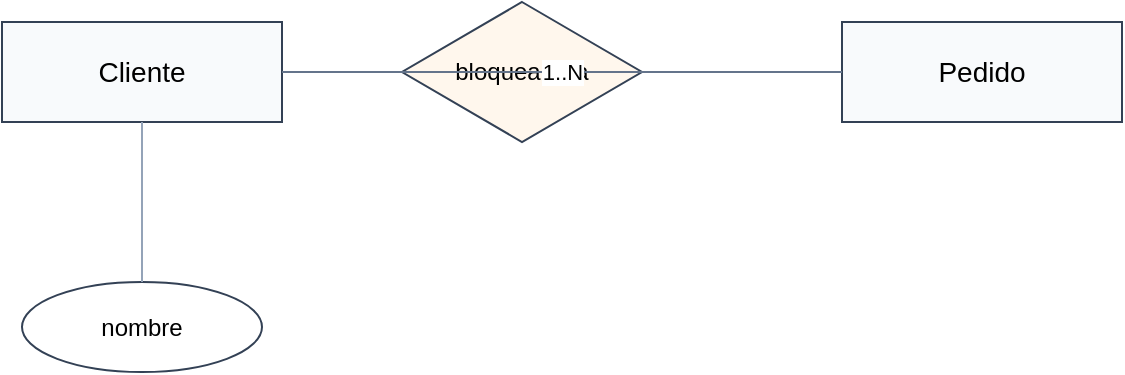
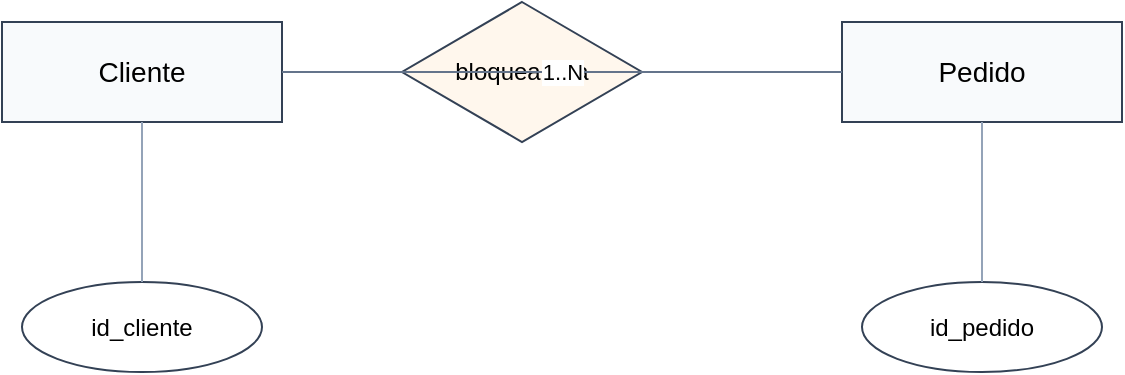
<?xml version='1.0' encoding='utf-8'?>
<mxfile host="app.diagrams.net" agent="drawio-mer-skill" version="24.7.17">
  <diagram id="route_crossing_invalid" name="Route Crossing Invalid">
    <mxGraphModel dx="1200" dy="800" grid="1" gridSize="10" guides="1" tooltips="1" connect="1" arrows="1" fold="1" page="1" pageScale="1" pageWidth="1200" pageHeight="800" math="0" shadow="0">
      <root>
        <mxCell id="0" />
        <mxCell id="1" parent="0" />
        <mxCell id="entity_cliente" value="Cliente" style="rounded=0;whiteSpace=wrap;html=1;align=center;verticalAlign=middle;fontSize=14;strokeColor=#334155;fillColor=#f8fafc;" vertex="1" parent="1">
          <mxGeometry x="100" y="100" width="140" height="50" as="geometry" />
        </mxCell>
        <mxCell id="entity_pedido" value="Pedido" style="rounded=0;whiteSpace=wrap;html=1;align=center;verticalAlign=middle;fontSize=14;strokeColor=#334155;fillColor=#f8fafc;" vertex="1" parent="1">
          <mxGeometry x="520" y="100" width="140" height="50" as="geometry" />
        </mxCell>
        <mxCell id="rel_bloqueo" value="bloquea ruta" style="rhombus;whiteSpace=wrap;html=1;align=center;verticalAlign=middle;fontSize=12;strokeColor=#334155;fillColor=#fff7ed;" vertex="1" parent="1">
          <mxGeometry x="300" y="90" width="120" height="70" as="geometry" />
        </mxCell>
-         <mxCell id="attr_cliente_nombre" value="nombre" style="ellipse;whiteSpace=wrap;html=1;align=center;verticalAlign=middle;fontSize=12;strokeColor=#334155;fillColor=#ffffff;" vertex="1" parent="1">
+         <mxCell id="attr_cliente_id_cliente" value="id_cliente" style="ellipse;whiteSpace=wrap;html=1;align=center;verticalAlign=middle;fontSize=12;strokeColor=#334155;fillColor=#ffffff;" vertex="1" parent="1">
          <mxGeometry x="110" y="230" width="120" height="45" as="geometry" />
+         </mxCell>
+         <mxCell id="attr_pedido_id_pedido" value="id_pedido" style="ellipse;whiteSpace=wrap;html=1;align=center;verticalAlign=middle;fontSize=12;strokeColor=#334155;fillColor=#ffffff;" vertex="1" parent="1">
+           <mxGeometry x="530" y="230" width="120" height="45" as="geometry" />
        </mxCell>
        <mxCell id="edge_cliente_pedido" value="1..N" style="edgeStyle=orthogonalEdgeStyle;rounded=0;orthogonalLoop=1;jettySize=auto;html=1;endArrow=none;endFill=0;strokeColor=#64748b;fontSize=11;" edge="1" parent="1" source="entity_cliente" target="entity_pedido">
          <mxGeometry relative="1" as="geometry" />
        </mxCell>
-         <mxCell id="edge_cliente_attr_nombre" value="" style="edgeStyle=orthogonalEdgeStyle;rounded=0;orthogonalLoop=1;jettySize=auto;html=1;endArrow=none;endFill=0;strokeColor=#94a3b8;" edge="1" parent="1" source="attr_cliente_nombre" target="entity_cliente">
+         <mxCell id="edge_cliente_attr_nombre" value="" style="edgeStyle=orthogonalEdgeStyle;rounded=0;orthogonalLoop=1;jettySize=auto;html=1;endArrow=none;endFill=0;strokeColor=#94a3b8;" edge="1" parent="1" source="attr_cliente_id_cliente" target="entity_cliente">
          <mxGeometry relative="1" as="geometry">
            <Array as="points">
              <mxPoint x="170" y="200" />
+             </Array>
+           </mxGeometry>
+         </mxCell>
+         <mxCell id="edge_pedido_attr_id" value="" style="edgeStyle=orthogonalEdgeStyle;rounded=0;orthogonalLoop=1;jettySize=auto;html=1;endArrow=none;endFill=0;strokeColor=#94a3b8;" edge="1" parent="1" source="attr_pedido_id_pedido" target="entity_pedido">
+           <mxGeometry relative="1" as="geometry">
+             <Array as="points">
+               <mxPoint x="590" y="200" />
            </Array>
          </mxGeometry>
        </mxCell>
      </root>
    </mxGraphModel>
  </diagram>
</mxfile>
